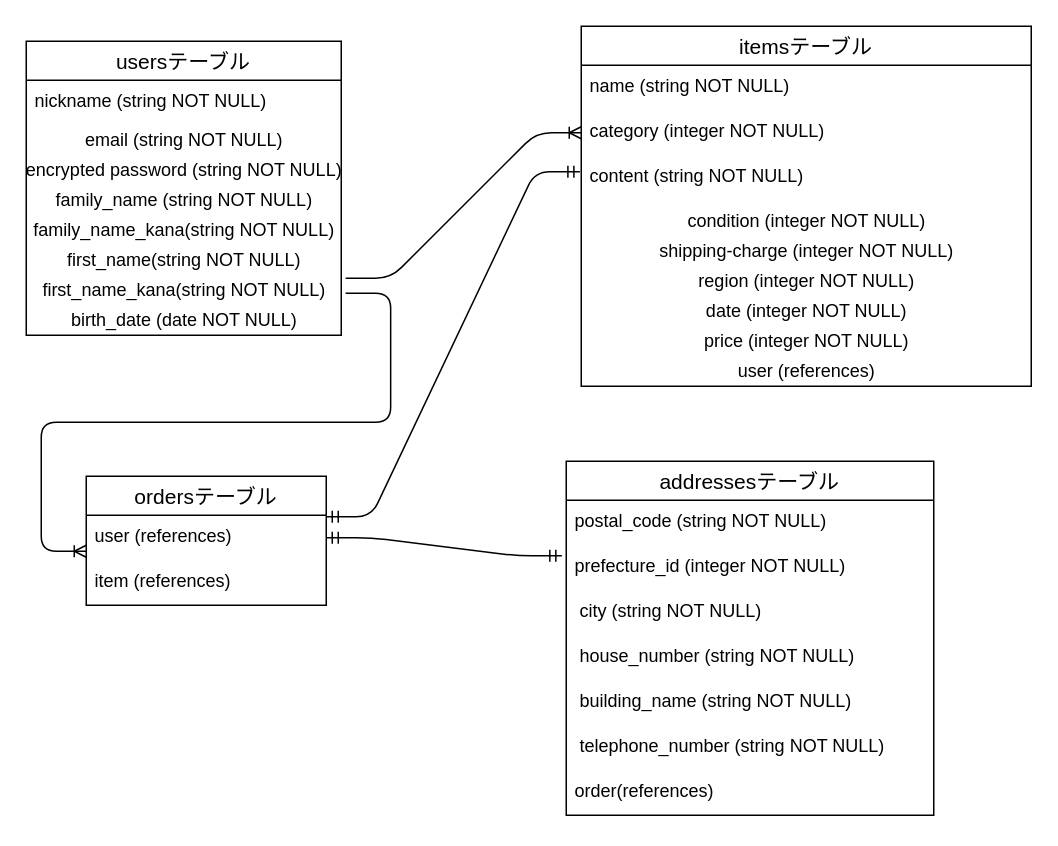
Before: page "ページ1" (1 of 2) of furima.dio in Shosuke1998/furima-36732, a draw.io diagram. Source tidied: cells renumbered, new cells numbered last; positions are measured from the earlier drawing's top-left corner, leaving out a move shared by most shapes. Both pictures are drawn from the tidied source at 150%, with x=0, y=0 at pixel (26, 26).
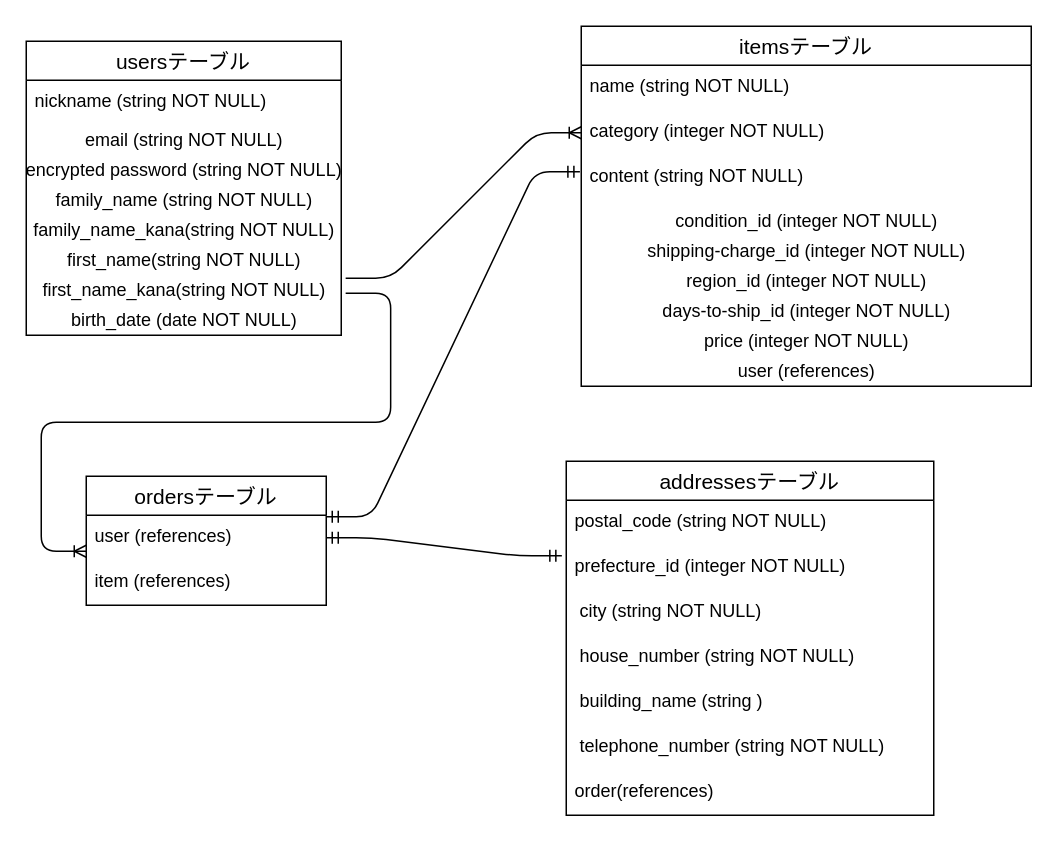
The same page after the edit.

Commit message (it also covers changes not shown here):
ER図とREADMEの編集4

The change refers to these unchanged cells:
```xml
<mxCell id="11" value="itemsテーブル" style="swimlane;fontStyle=0;horizontal=1;startSize=26;align=center;fontSize=14;" parent="1" vertex="1">
  <mxGeometry x="370" width="300" height="240" as="geometry" />
</mxCell>
<mxCell id="24" value="addressesテーブル" style="swimlane;fontStyle=0;horizontal=1;startSize=26;align=center;fontSize=14;" parent="1" vertex="1">
  <mxGeometry x="360" y="290" width="245" height="236" as="geometry" />
</mxCell>
```

What changed in the source:
```diff
@@
-    <mxCell id="15" value="condition (integer NOT NULL)" style="text;html=1;align=center;verticalAlign=middle;fillColor=none;strokeColor=none;rounded=0;" parent="11" vertex="1">
+    <mxCell id="15" value="condition_id (integer NOT NULL)" style="text;html=1;align=center;verticalAlign=middle;fillColor=none;strokeColor=none;rounded=0;" parent="11" vertex="1">
       <mxGeometry y="120" width="300" height="20" as="geometry" />
     </mxCell>
-    <mxCell id="16" value="shipping-charge (integer NOT NULL)" style="text;html=1;align=center;verticalAlign=middle;fillColor=none;strokeColor=none;rounded=0;" parent="11" vertex="1">
+    <mxCell id="16" value="shipping-charge_id (integer NOT NULL)" style="text;html=1;align=center;verticalAlign=middle;fillColor=none;strokeColor=none;rounded=0;" parent="11" vertex="1">
       <mxGeometry y="140" width="300" height="20" as="geometry" />
     </mxCell>
-    <mxCell id="17" value="region (integer NOT NULL)" style="text;html=1;align=center;verticalAlign=middle;fillColor=none;strokeColor=none;rounded=0;" parent="11" vertex="1">
+    <mxCell id="17" value="region_id (integer NOT NULL)" style="text;html=1;align=center;verticalAlign=middle;fillColor=none;strokeColor=none;rounded=0;" parent="11" vertex="1">
       <mxGeometry y="160" width="300" height="20" as="geometry" />
     </mxCell>
-    <mxCell id="18" value="date (integer NOT NULL)" style="text;html=1;align=center;verticalAlign=middle;fillColor=none;strokeColor=none;rounded=0;" parent="11" vertex="1">
+    <mxCell id="18" value="days-to-ship_id (integer NOT NULL)" style="text;html=1;align=center;verticalAlign=middle;fillColor=none;strokeColor=none;rounded=0;" parent="11" vertex="1">
       <mxGeometry y="180" width="300" height="20" as="geometry" />
     </mxCell>
@@
-    <mxCell id="29" value=" building_name (string NOT NULL)" style="text;strokeColor=none;fillColor=none;spacingLeft=4;spacingRight=4;overflow=hidden;fontSize=12;" parent="24" vertex="1">
+    <mxCell id="29" value=" building_name (string )" style="text;strokeColor=none;fillColor=none;spacingLeft=4;spacingRight=4;overflow=hidden;fontSize=12;" parent="24" vertex="1">
       <mxGeometry y="146" width="245" height="30" as="geometry" />
     </mxCell>
```
